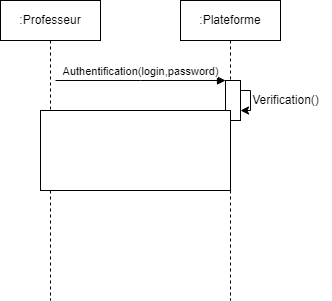
Before: sdpfe.png, a diagram exported from draw.io (MohaButterfly/MohaButterfly). Source tidied: cells renumbered, new cells last; positions are measured from the earlier drawing's top-left corner, leaving out a move shared by most shapes.
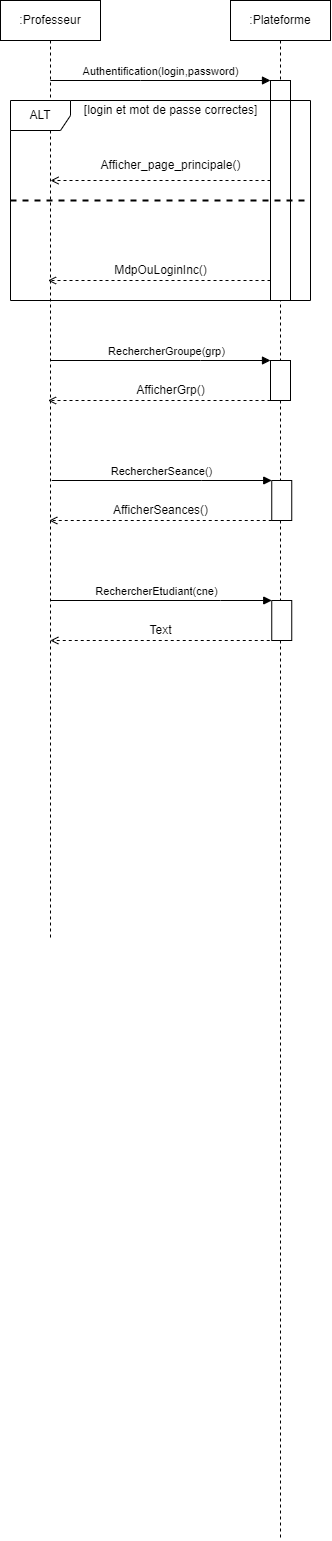
After the change.

Commit message:
Mettre à jour sdpfe.png

Change to the diagram source:
```diff
@@ -3,45 +3,136 @@
     <mxCell id="0" />
     <mxCell id="1" parent="0" />
     <mxCell id="2" value=":Professeur" style="shape=umlLifeline;perimeter=lifelinePerimeter;whiteSpace=wrap;html=1;outlineConnect=0;portConstraint=eastwest;newEdgeStyle={&quot;edgeStyle&quot;:&quot;elbowEdgeStyle&quot;,&quot;elbow&quot;:&quot;vertical&quot;,&quot;curved&quot;:0,&quot;rounded&quot;:0};" parent="1" vertex="1">
-      <mxGeometry width="100" height="300" as="geometry" />
+      <mxGeometry width="100" height="940" as="geometry" />
     </mxCell>
     <mxCell id="3" value=":Plateforme" style="shape=umlLifeline;perimeter=lifelinePerimeter;whiteSpace=wrap;html=1;newEdgeStyle={&quot;edgeStyle&quot;:&quot;elbowEdgeStyle&quot;,&quot;elbow&quot;:&quot;vertical&quot;,&quot;curved&quot;:0,&quot;rounded&quot;:0};" parent="1" vertex="1">
-      <mxGeometry x="180" width="100" height="300" as="geometry" />
+      <mxGeometry x="230" width="100" height="1540" as="geometry" />
     </mxCell>
     <mxCell id="4" style="html=1;points=[];perimeter=orthogonalPerimeter;outlineConnect=0;targetShapes=umlLifeline;portConstraint=eastwest;newEdgeStyle={&quot;edgeStyle&quot;:&quot;elbowEdgeStyle&quot;,&quot;elbow&quot;:&quot;vertical&quot;,&quot;curved&quot;:0,&quot;rounded&quot;:0};direction=west;" parent="3" vertex="1">
-      <mxGeometry x="45" y="80" width="15" height="40" as="geometry" />
+      <mxGeometry x="40" y="80" width="20" height="220" as="geometry" />
     </mxCell>
-    <mxCell id="5" value="Authentification(login,password)" style="html=1;verticalAlign=bottom;endArrow=block;edgeStyle=elbowEdgeStyle;elbow=vertical;curved=0;rounded=0;" parent="1" edge="1" target="4">
+    <mxCell id="5" value="Authentification(login,password)" style="html=1;verticalAlign=bottom;endArrow=block;edgeStyle=elbowEdgeStyle;elbow=vertical;curved=0;rounded=0;" parent="1" edge="1" source="2" target="4">
       <mxGeometry relative="1" as="geometry">
-        <mxPoint x="55" y="80" as="sourcePoint" />
         <Array as="points">
           <mxPoint x="140" y="80" />
         </Array>
       </mxGeometry>
     </mxCell>
-    <mxCell id="6" style="html=1;verticalAlign=bottom;endArrow=open;edgeStyle=elbowEdgeStyle;elbow=vertical;curved=0;rounded=0;dashed=1;endFill=0;entryX=0.5;entryY=0.4;entryDx=0;entryDy=0;entryPerimeter=0;" parent="1" edge="1" target="2">
+    <mxCell id="6" style="html=1;verticalAlign=bottom;endArrow=open;edgeStyle=elbowEdgeStyle;elbow=vertical;curved=0;rounded=0;dashed=1;endFill=0;" parent="1" edge="1" source="4">
       <mxGeometry relative="1" as="geometry">
-        <mxPoint x="230" y="120" as="sourcePoint" />
+        <mxPoint x="50" y="180" as="targetPoint" />
         <Array as="points">
+          <mxPoint x="170" y="180" />
+          <mxPoint x="170" y="310" />
           <mxPoint x="140" y="120" />
         </Array>
       </mxGeometry>
     </mxCell>
-    <mxCell id="7" style="edgeStyle=none;jettySize=auto;html=1;rounded=0;" parent="1" edge="1" target="4">
-      <mxGeometry relative="1" as="geometry">
-        <mxPoint x="240" y="90" as="sourcePoint" />
-        <Array as="points">
-          <mxPoint x="250" y="90" />
-          <mxPoint x="250" y="110" />
-          <mxPoint x="240" y="110" />
-        </Array>
-      </mxGeometry>
-    </mxCell>
-    <mxCell id="8" value="Verification()" style="text;html=1;align=center;verticalAlign=middle;strokeColor=none;fillColor=none;" parent="1" vertex="1">
-      <mxGeometry x="240" y="85" width="90" height="30" as="geometry" />
-    </mxCell>
-    <mxCell id="9" style="whiteSpace=wrap;html=1;" parent="1" vertex="1">
-      <mxGeometry x="40" y="110" width="190" height="80" as="geometry" />
-    </mxCell>
+    <mxCell id="10" value="ALT" style="shape=umlFrame;whiteSpace=wrap;html=1;" parent="1" vertex="1">
+      <mxGeometry x="10" y="100" width="300" height="200" as="geometry" />
+    </mxCell>
+    <mxCell id="11" value="[login et mot de passe correctes]" style="text;html=1;align=center;verticalAlign=middle;strokeColor=none;fillColor=none;" parent="1" vertex="1">
+      <mxGeometry x="70" y="95" width="200" height="30" as="geometry" />
+    </mxCell>
+    <mxCell id="12" style="line;strokeWidth=2;html=1;dashed=1;" parent="1" vertex="1">
+      <mxGeometry x="10" y="195" width="300" height="10" as="geometry" />
+    </mxCell>
+    <mxCell id="13" value="Afficher_page_principale()" style="text;html=1;align=center;verticalAlign=middle;strokeColor=none;fillColor=none;" parent="1" vertex="1">
+      <mxGeometry x="90" y="150" width="160" height="30" as="geometry" />
+    </mxCell>
+    <mxCell id="14" style="html=1;verticalAlign=bottom;endArrow=open;edgeStyle=elbowEdgeStyle;elbow=vertical;curved=0;rounded=0;dashed=1;endFill=0;" parent="1" edge="1">
+      <mxGeometry relative="1" as="geometry">
+        <mxPoint x="270" y="280" as="sourcePoint" />
+        <mxPoint x="47.5" y="280" as="targetPoint" />
+        <Array as="points">
+          <mxPoint x="167.5" y="280" />
+          <mxPoint x="167.5" y="410" />
+          <mxPoint x="137.5" y="220" />
+        </Array>
+      </mxGeometry>
+    </mxCell>
+    <mxCell id="15" value="MdpOuLoginInc()" style="text;html=1;align=center;verticalAlign=middle;strokeColor=none;fillColor=none;" parent="1" vertex="1">
+      <mxGeometry x="100" y="255" width="120" height="30" as="geometry" />
+    </mxCell>
+    <mxCell id="16" value="RechercherGroupe(grp)" style="html=1;verticalAlign=bottom;endArrow=block;edgeStyle=elbowEdgeStyle;elbow=vertical;curved=0;rounded=0;entryX=0;entryY=0;entryDx=0;entryDy=0;" parent="1" edge="1" target="18">
+      <mxGeometry x="0.05" relative="1" as="geometry">
+        <mxPoint x="50" y="360" as="sourcePoint" />
+        <Array as="points">
+          <mxPoint x="200" y="360" />
+          <mxPoint x="240" y="350" />
+          <mxPoint x="137.5" y="330" />
+        </Array>
+      </mxGeometry>
+    </mxCell>
+    <mxCell id="17" value="RechercherEtudiant(cne)" style="html=1;verticalAlign=bottom;endArrow=block;edgeStyle=elbowEdgeStyle;elbow=vertical;curved=0;rounded=0;entryX=0;entryY=0;entryDx=0;entryDy=0;" parent="1" edge="1" target="19">
+      <mxGeometry x="-0.04" relative="1" as="geometry">
+        <mxPoint x="49.8" y="600" as="sourcePoint" />
+        <Array as="points">
+          <mxPoint x="220" y="600" />
+          <mxPoint x="143.8" y="560" />
+        </Array>
+      </mxGeometry>
+    </mxCell>
+    <mxCell id="18" style="rounded=0;whiteSpace=wrap;html=1;" parent="1" vertex="1">
+      <mxGeometry x="270" y="360" width="20" height="40" as="geometry" />
+    </mxCell>
+    <mxCell id="19" style="rounded=0;whiteSpace=wrap;html=1;" parent="1" vertex="1">
+      <mxGeometry x="271.2" y="600" width="20" height="40" as="geometry" />
+    </mxCell>
+    <mxCell id="20" style="html=1;verticalAlign=bottom;endArrow=open;edgeStyle=elbowEdgeStyle;elbow=vertical;curved=0;rounded=0;dashed=1;endFill=0;" parent="1" edge="1">
+      <mxGeometry relative="1" as="geometry">
+        <mxPoint x="270" y="400" as="sourcePoint" />
+        <mxPoint x="47.5" y="400" as="targetPoint" />
+        <Array as="points">
+          <mxPoint x="167.5" y="400" />
+          <mxPoint x="167.5" y="530" />
+          <mxPoint x="137.5" y="340" />
+        </Array>
+      </mxGeometry>
+    </mxCell>
+    <mxCell id="21" style="html=1;verticalAlign=bottom;endArrow=open;edgeStyle=elbowEdgeStyle;elbow=vertical;curved=0;rounded=0;dashed=1;endFill=0;" parent="1" edge="1">
+      <mxGeometry relative="1" as="geometry">
+        <mxPoint x="281.2" y="640" as="sourcePoint" />
+        <mxPoint x="49.8" y="640" as="targetPoint" />
+        <Array as="points">
+          <mxPoint x="178.8" y="640" />
+          <mxPoint x="178.8" y="770" />
+          <mxPoint x="148.8" y="580" />
+        </Array>
+      </mxGeometry>
+    </mxCell>
+    <mxCell id="22" value="RechercherSeance()" style="html=1;verticalAlign=bottom;endArrow=block;edgeStyle=elbowEdgeStyle;elbow=vertical;curved=0;rounded=0;entryX=0;entryY=0;entryDx=0;entryDy=0;" parent="1" edge="1" target="23">
+      <mxGeometry relative="1" as="geometry">
+        <mxPoint x="51.2" y="480" as="sourcePoint" />
+        <Array as="points">
+          <mxPoint x="201.2" y="480" />
+          <mxPoint x="241.2" y="470" />
+          <mxPoint x="138.8" y="450" />
+        </Array>
+      </mxGeometry>
+    </mxCell>
+    <mxCell id="23" style="rounded=0;whiteSpace=wrap;html=1;" parent="1" vertex="1">
+      <mxGeometry x="271.2" y="480" width="20" height="40" as="geometry" />
+    </mxCell>
+    <mxCell id="24" style="html=1;verticalAlign=bottom;endArrow=open;edgeStyle=elbowEdgeStyle;elbow=vertical;curved=0;rounded=0;dashed=1;endFill=0;" parent="1" edge="1">
+      <mxGeometry relative="1" as="geometry">
+        <mxPoint x="271.2" y="520" as="sourcePoint" />
+        <mxPoint x="48.8" y="520" as="targetPoint" />
+        <Array as="points">
+          <mxPoint x="168.8" y="520" />
+          <mxPoint x="168.8" y="650" />
+          <mxPoint x="138.8" y="460" />
+        </Array>
+      </mxGeometry>
+    </mxCell>
+    <mxCell id="25" value="AfficherGrp()" style="text;html=1;align=center;verticalAlign=middle;strokeColor=none;fillColor=none;" parent="1" vertex="1">
+      <mxGeometry x="125" y="375" width="90" height="30" as="geometry" />
+    </mxCell>
+    <mxCell id="26" value="AfficherSeances()" style="text;html=1;align=center;verticalAlign=middle;strokeColor=none;fillColor=none;" parent="1" vertex="1">
+      <mxGeometry x="100" y="495" width="120" height="30" as="geometry" />
+    </mxCell>
+    <mxCell id="27" value="Text" style="text;html=1;align=center;verticalAlign=middle;strokeColor=none;fillColor=none;" parent="1" vertex="1">
+      <mxGeometry x="135" y="615" width="50" height="30" as="geometry" />
+    </mxCell>
   </root>
 </mxGraphModel>
```
